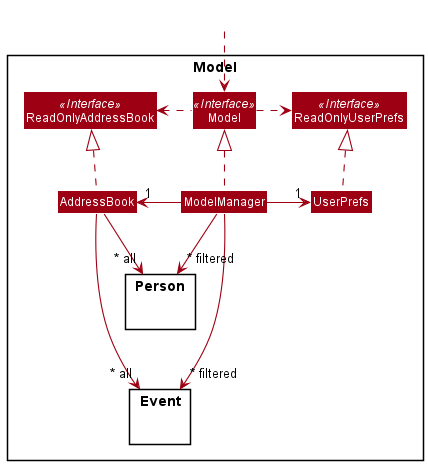
Before: docs/images/ModelClassDiagram.png, a diagram exported from PlantUML (ryanongra/tp).
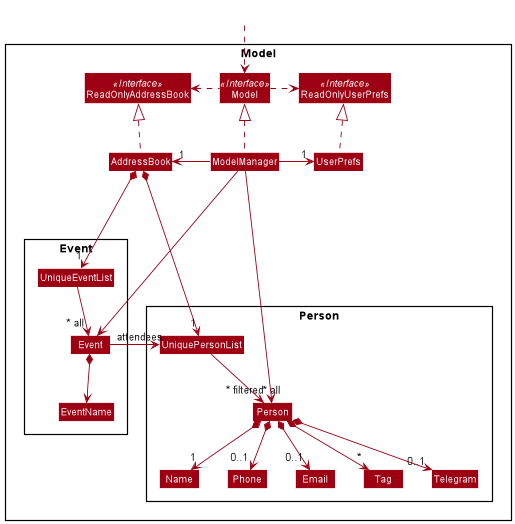
After the commit.

The edit, as a diff of the source:
```diff
@@ -15,8 +15,22 @@
 Class UserPrefs
 Class ReadOnlyUserPrefs
 
-package Event {}
-package Person {}
+package Person {
+Class UniquePersonList
+Class Person
+Class Email
+Class Name
+Class Phone
+Class Tag
+Class Telegram
+}
+
+package Event {
+Class UniqueEventList
+Class Event
+Class EventName
+}
+
 }
 
 Class HiddenOutside #FFFFFF
@@ -31,10 +45,20 @@
 ModelManager -right-> "1" UserPrefs
 UserPrefs .up.|> ReadOnlyUserPrefs
 
-AddressBook -->"~* all" Event
-AddressBook -->"~* all" Person
+AddressBook *--> "1" UniquePersonList
+AddressBook *-down--> "1" UniqueEventList
+UniquePersonList --> "~* all" Person
+UniqueEventList -down-> "~* all" Event
+Person *--> "1" Name
+Person *--> "0..1" Phone
+Person *--> "0..1" Email
+Person *--> "0..1" Telegram
+Person *--> "*" Tag
+Event *-down-> EventName
+Event -right-> "attendees" UniquePersonList
 
-ModelManager --->"~* filtered" Event
+Name -[hidden]right-> Phone
+
 ModelManager -->"~* filtered" Person
-
+ModelManager --> Event
 @enduml
```
